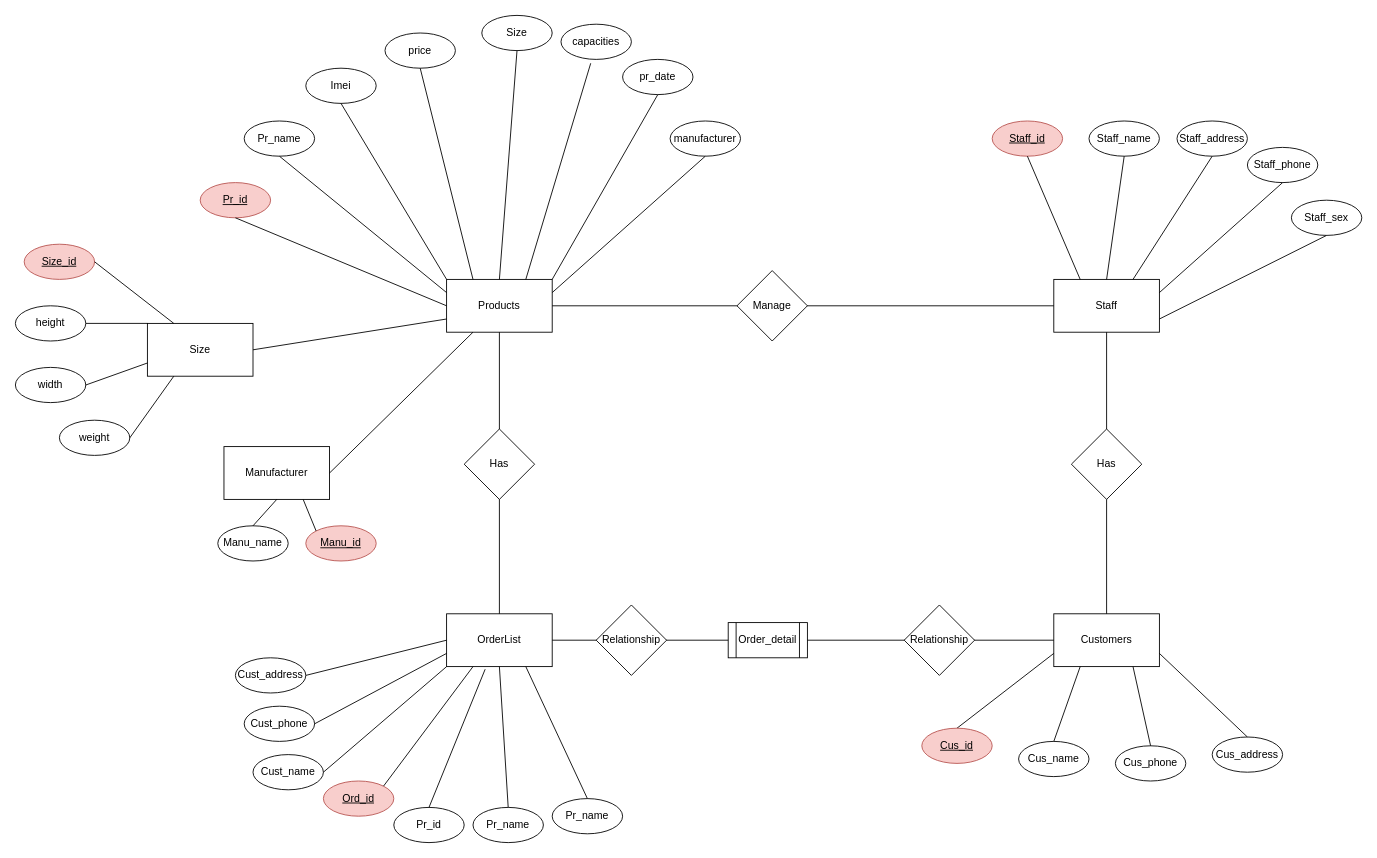
This is ERD Phone.drawio from khanh8603/khanh8603, a draw.io file, before an edit. Source tidied: cells renumbered, new cells numbered last; positions are measured from the earlier drawing's top-left corner, leaving out a move shared by most shapes. Both pictures are drawn from the tidied source at 88%, with x=0, y=0 at pixel (15, 15).
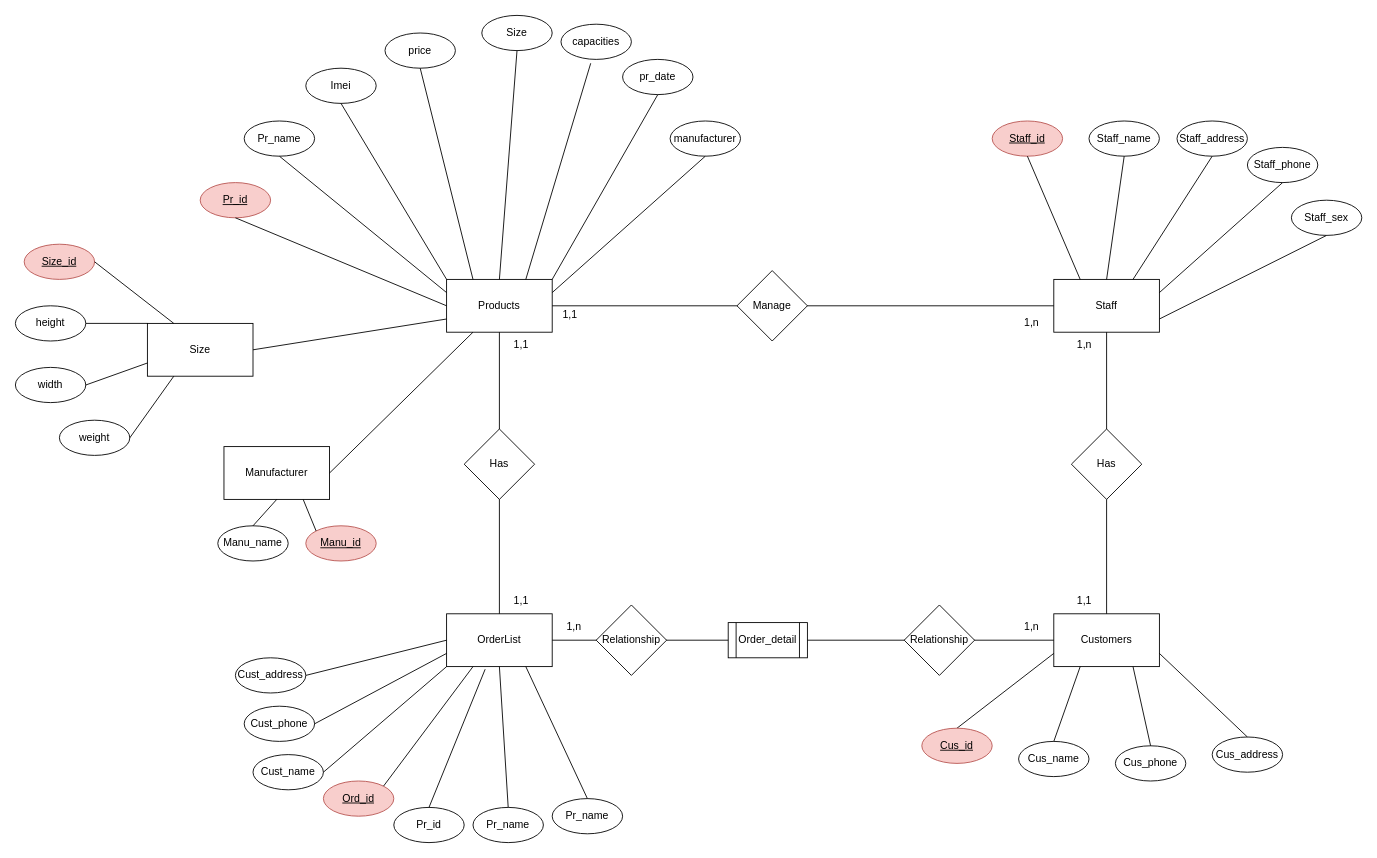
The same diagram, later.

Commit message:
Cập nhật ERD Phone.drawio

What changed in the source:
```diff
@@
+    <mxCell id="82" value="1,n" style="text;html=1;strokeColor=none;fillColor=none;align=center;verticalAlign=middle;whiteSpace=wrap;rounded=0;" parent="1" vertex="1">
+      <mxGeometry x="610" y="680" width="50" height="30" as="geometry" />
+    </mxCell>
+    <mxCell id="83" value="1,n" style="text;html=1;strokeColor=none;fillColor=none;align=center;verticalAlign=middle;whiteSpace=wrap;rounded=0;" parent="1" vertex="1">
+      <mxGeometry x="1130" y="680" width="50" height="30" as="geometry" />
+    </mxCell>
+    <mxCell id="84" value="1,n" style="text;html=1;strokeColor=none;fillColor=none;align=center;verticalAlign=middle;whiteSpace=wrap;rounded=0;" parent="1" vertex="1">
+      <mxGeometry x="1130" y="335" width="50" height="30" as="geometry" />
+    </mxCell>
+    <mxCell id="85" value="1,1" style="text;html=1;strokeColor=none;fillColor=none;align=center;verticalAlign=middle;whiteSpace=wrap;rounded=0;" parent="1" vertex="1">
+      <mxGeometry x="550" y="650" width="50" height="30" as="geometry" />
+    </mxCell>
+    <mxCell id="86" value="1,1" style="text;html=1;strokeColor=none;fillColor=none;align=center;verticalAlign=middle;whiteSpace=wrap;rounded=0;" parent="1" vertex="1">
+      <mxGeometry x="550" y="360" width="50" height="30" as="geometry" />
+    </mxCell>
+    <mxCell id="87" value="1,n" style="text;html=1;strokeColor=none;fillColor=none;align=center;verticalAlign=middle;whiteSpace=wrap;rounded=0;" parent="1" vertex="1">
+      <mxGeometry x="1190" y="360" width="50" height="30" as="geometry" />
+    </mxCell>
+    <mxCell id="88" value="1,1" style="text;html=1;strokeColor=none;fillColor=none;align=center;verticalAlign=middle;whiteSpace=wrap;rounded=0;" parent="1" vertex="1">
+      <mxGeometry x="1190" y="650" width="50" height="30" as="geometry" />
+    </mxCell>
+    <mxCell id="89" value="1,1" style="text;html=1;align=center;verticalAlign=middle;strokeColor=none;fillColor=none;" parent="1" vertex="1">
+      <mxGeometry x="610" y="325" width="40" height="30" as="geometry" />
+    </mxCell>
```
